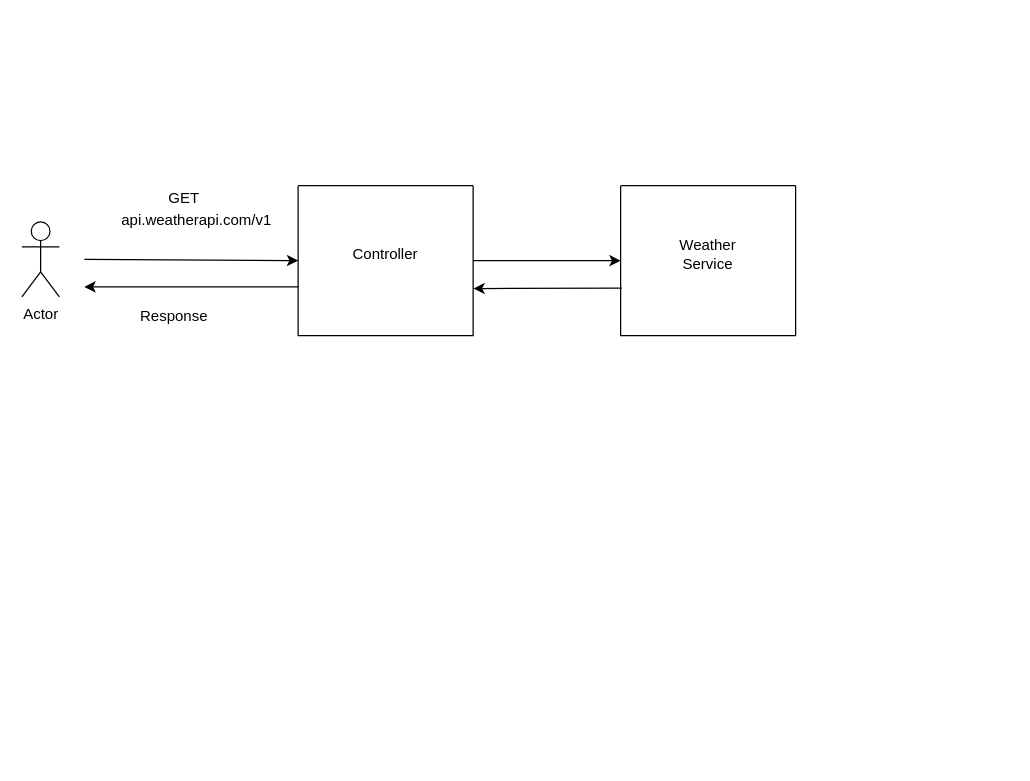
This is weather_api_get_request.drawio from IrynaUkr/weather_api, a draw.io file, before an edit. Source tidied: cells renumbered, new cells numbered last; positions are measured from the earlier drawing's top-left corner, leaving out a move shared by most shapes. Both pictures are drawn from the tidied source at 125%, with x=0, y=0 at pixel (21, 185).
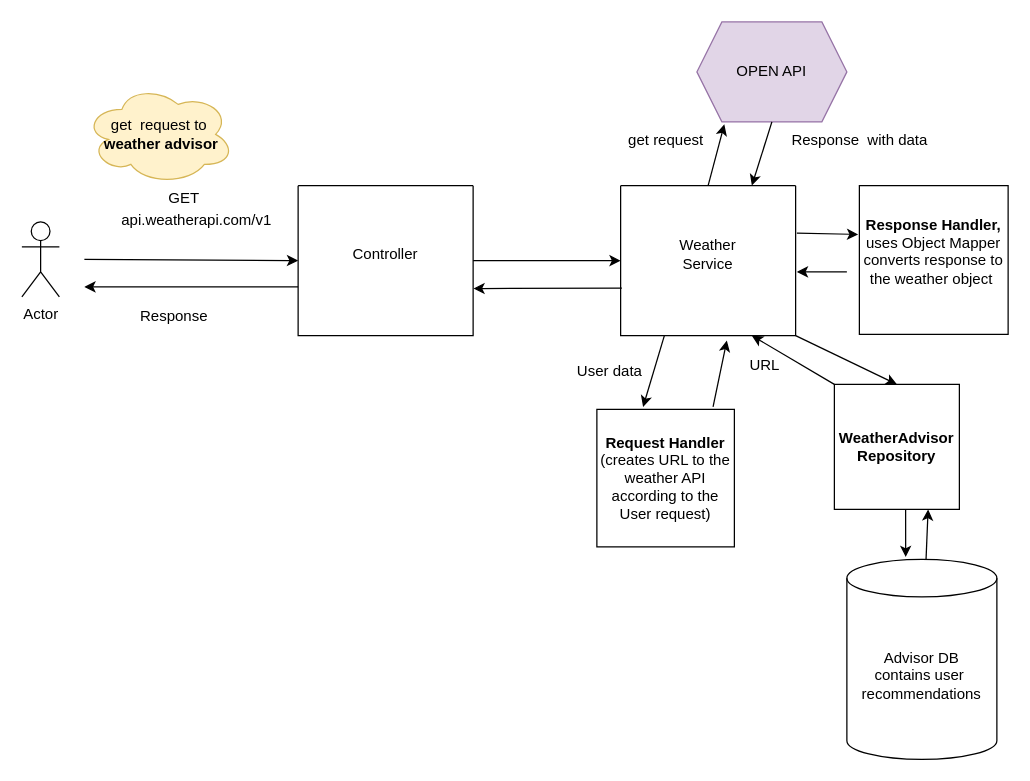
After the change.

The change refers to these unchanged cells:
```xml
<mxCell id="5" style="swimlane;startSize=0;" parent="1" vertex="1">
  <mxGeometry x="479" width="140" height="120" as="geometry" />
</mxCell>
```

Change to the diagram source:
```diff
@@
+    <mxCell id="14" value="&lt;b&gt;Request Handler&lt;/b&gt;&lt;br&gt;(creates URL to the weather API according to the User request)" style="whiteSpace=wrap;html=1;" parent="1" vertex="1">
+      <mxGeometry x="460" y="179" width="110" height="110" as="geometry" />
+    </mxCell>
+    <mxCell id="15" value="get &amp;nbsp;request to &amp;nbsp;&lt;b&gt;weather advisor&lt;/b&gt;" style="ellipse;shape=cloud;whiteSpace=wrap;html=1;fillColor=#fff2cc;strokeColor=#d6b656;" parent="1" vertex="1">
+      <mxGeometry x="50" y="-81" width="120" height="80" as="geometry" />
+    </mxCell>
+    <mxCell id="16" value="OPEN API" style="shape=hexagon;perimeter=hexagonPerimeter2;whiteSpace=wrap;html=1;fixedSize=1;fillColor=#e1d5e7;strokeColor=#9673a6;" parent="1" vertex="1">
+      <mxGeometry x="540" y="-131" width="120" height="80" as="geometry" />
+    </mxCell>
+    <mxCell id="17" style="endArrow=classic;html=1;rounded=0;entryX=0.336;entryY=-0.018;entryDx=0;entryDy=0;entryPerimeter=0;exitX=0.25;exitY=1;exitDx=0;exitDy=0;" parent="1" edge="1" source="5" target="14">
+      <mxGeometry relative="1" as="geometry" />
+    </mxCell>
+    <mxCell id="18" style="endArrow=classic;html=1;rounded=0;entryX=0.607;entryY=1.033;entryDx=0;entryDy=0;entryPerimeter=0;exitX=0.845;exitY=-0.018;exitDx=0;exitDy=0;exitPerimeter=0;" parent="1" edge="1" source="14" target="5">
+      <mxGeometry relative="1" as="geometry" />
+    </mxCell>
+    <mxCell id="19" value="User data" style="text;html=1;align=center;verticalAlign=middle;strokeColor=none;fillColor=none;" parent="1" vertex="1">
+      <mxGeometry x="430" y="134" width="80" height="30" as="geometry" />
+    </mxCell>
+    <mxCell id="20" value="URL" style="text;html=1;align=center;verticalAlign=middle;strokeColor=none;fillColor=none;" parent="1" vertex="1">
+      <mxGeometry x="569" y="129" width="50" height="30" as="geometry" />
+    </mxCell>
+    <mxCell id="21" style="endArrow=classic;html=1;rounded=0;entryX=0.183;entryY=1.025;entryDx=0;entryDy=0;entryPerimeter=0;exitX=0.5;exitY=0;exitDx=0;exitDy=0;" parent="1" edge="1" source="5" target="16">
+      <mxGeometry relative="1" as="geometry" />
+    </mxCell>
+    <mxCell id="22" style="endArrow=classic;html=1;rounded=0;exitX=0.5;exitY=1;exitDx=0;exitDy=0;entryX=0.75;entryY=0;entryDx=0;entryDy=0;" parent="1" edge="1" source="16" target="5">
+      <mxGeometry relative="1" as="geometry" />
+    </mxCell>
+    <mxCell id="23" value="get request" style="text;html=1;align=center;verticalAlign=middle;strokeColor=none;fillColor=none;" parent="1" vertex="1">
+      <mxGeometry x="475" y="-51" width="80" height="30" as="geometry" />
+    </mxCell>
+    <mxCell id="24" value="Response &amp;nbsp;with data" style="text;html=1;align=center;verticalAlign=middle;strokeColor=none;fillColor=none;" parent="1" vertex="1">
+      <mxGeometry x="605" y="-51" width="130" height="30" as="geometry" />
+    </mxCell>
+    <mxCell id="25" value="&lt;b&gt;Response Handler, &lt;/b&gt;uses Object Mapper converts response to the weather object&lt;b&gt;&amp;nbsp;&lt;br&gt;&amp;nbsp;&lt;/b&gt;" style="whiteSpace=wrap;html=1;" parent="1" vertex="1">
+      <mxGeometry x="670" width="119" height="119" as="geometry" />
+    </mxCell>
+    <mxCell id="26" style="endArrow=classic;html=1;rounded=0;exitX=1.007;exitY=0.317;exitDx=0;exitDy=0;exitPerimeter=0;entryX=-0.008;entryY=0.328;entryDx=0;entryDy=0;entryPerimeter=0;" parent="1" edge="1" source="5" target="25">
+      <mxGeometry relative="1" as="geometry" />
+    </mxCell>
+    <mxCell id="27" style="endArrow=classic;html=1;rounded=0;" parent="1" edge="1">
+      <mxGeometry relative="1" as="geometry">
+        <mxPoint x="660" y="69" as="sourcePoint" />
+        <mxPoint x="620" y="69" as="targetPoint" />
+      </mxGeometry>
+    </mxCell>
+    <mxCell id="28" style="edgeStyle=orthogonalEdgeStyle;rounded=0;jettySize=auto;html=1;exitX=0.5;exitY=1;exitDx=0;exitDy=0;entryX=0.392;entryY=-0.012;entryDx=0;entryDy=0;entryPerimeter=0;" parent="1" edge="1" source="29" target="31">
+      <mxGeometry relative="1" as="geometry" />
+    </mxCell>
+    <mxCell id="29" value="&lt;b&gt;WeatherAdvisor&lt;br&gt;Repository&lt;/b&gt;" style="whiteSpace=wrap;html=1;" parent="1" vertex="1">
+      <mxGeometry x="650" y="159" width="100" height="100" as="geometry" />
+    </mxCell>
+    <mxCell id="30" style="endArrow=classic;html=1;rounded=0;exitX=1;exitY=1;exitDx=0;exitDy=0;entryX=0.5;entryY=0;entryDx=0;entryDy=0;" parent="1" edge="1" source="5" target="29">
+      <mxGeometry relative="1" as="geometry" />
+    </mxCell>
+    <mxCell id="31" value="Advisor DB&lt;br&gt;contains user&amp;nbsp;&lt;br&gt;recommendations" style="shape=cylinder3;whiteSpace=wrap;html=1;boundedLbl=1;backgroundOutline=1;size=15;" parent="1" vertex="1">
+      <mxGeometry x="660" y="299" width="120" height="160" as="geometry" />
+    </mxCell>
+    <mxCell id="32" style="endArrow=classic;html=1;rounded=0;entryX=0.75;entryY=1;entryDx=0;entryDy=0;" parent="1" edge="1" source="31" target="29">
+      <mxGeometry relative="1" as="geometry" />
+    </mxCell>
+    <mxCell id="33" style="endArrow=classic;html=1;rounded=0;entryX=0.75;entryY=1;entryDx=0;entryDy=0;exitX=0;exitY=0;exitDx=0;exitDy=0;" parent="1" edge="1" source="29" target="5">
+      <mxGeometry relative="1" as="geometry" />
+    </mxCell>
```
